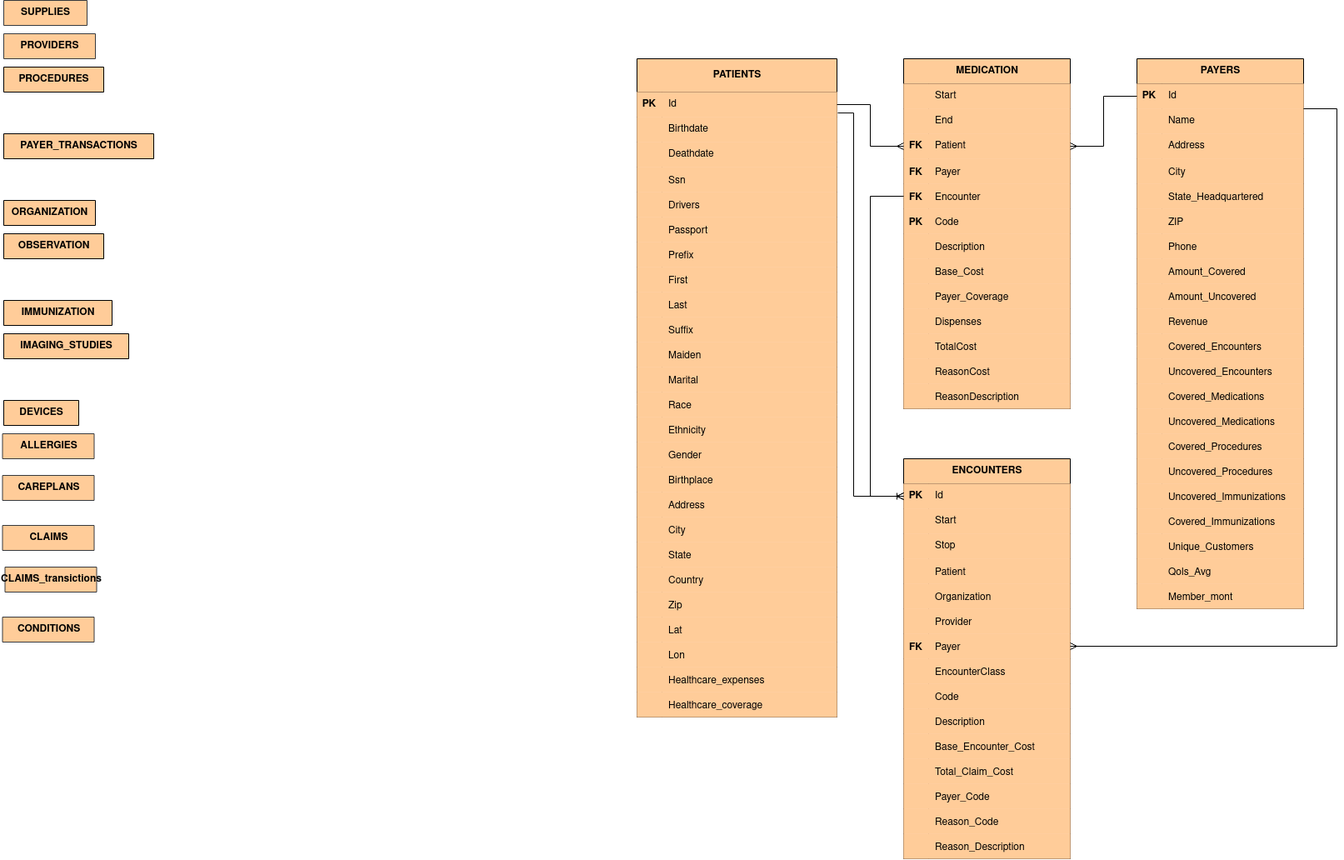
UtsuroNoArashi/BigDataProject keeps this draw.io diagram as BigDataProject.drawio.png. Above is the earlier version. Source tidied: cells renumbered, new cells last; positions are measured from the earlier drawing's top-left corner, leaving out a move shared by most shapes.
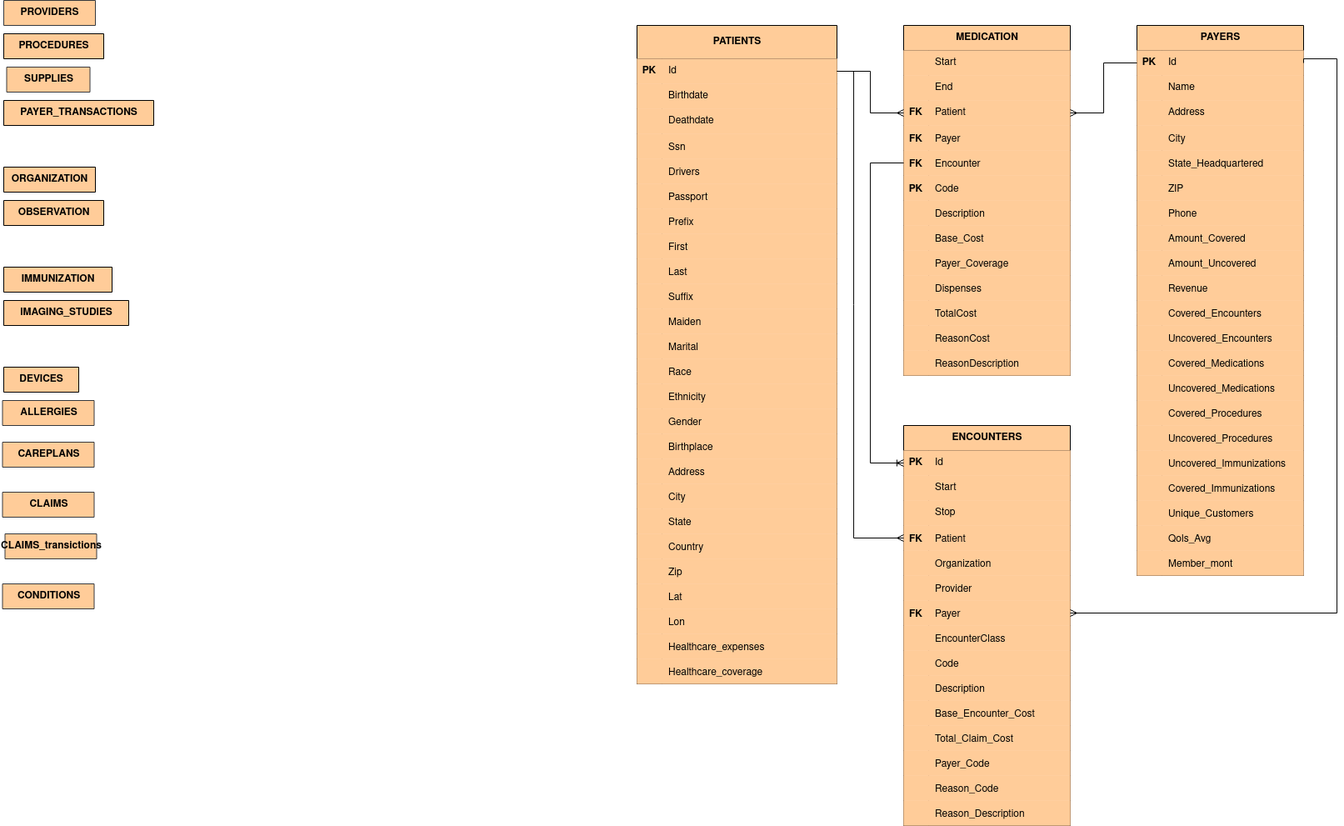
After the change.

Change to the diagram source:
```diff
@@ -3,7 +3,7 @@
     <mxCell id="0" />
     <mxCell id="1" parent="0" />
     <mxCell id="2" value="SUPPLIES" style="shape=table;startSize=30;rowLines=0;fontStyle=1;align=center;html=1;fillColor=light-dark(#FFCC99,#B98351);strokeColor=light-dark(#36393D,#DDE2E4);fontColor=light-dark(#000000,#000000);" parent="1" vertex="1" collapsed="1">
-      <mxGeometry x="2" width="100" height="30" as="geometry" />
+      <mxGeometry x="5.5" y="120" width="100" height="30" as="geometry" />
     </mxCell>
     <mxCell id="3" value="PROVIDERS" style="shape=table;startSize=30;rowLines=0;fontStyle=1;align=center;html=1;fillColor=light-dark(#FFCC99,#B98351);strokeColor=light-dark(#36393D,#DDE2E4);fontColor=light-dark(#000000,#000000);" parent="1" vertex="1" collapsed="1">
       <mxGeometry x="2" y="40" width="110" height="30" as="geometry" />
@@ -614,7 +614,7 @@
     <mxCell id="205" style="shape=tableRow;horizontal=0;startSize=0;swimlaneHead=0;swimlaneBody=0;fillColor=light-dark(#FFCC99,#B98351);points=[[0,0.5],[1,0.5]];portConstraint=eastwest;top=0;left=0;right=0;bottom=0;fontColor=light-dark(#000000,#000000);" parent="195" vertex="1">
       <mxGeometry y="120" width="200" height="30" as="geometry" />
     </mxCell>
-    <mxCell id="206" style="shape=partialRectangle;fillColor=light-dark(#FFCC99,#B98351);top=0;left=0;bottom=0;right=0;overflow=hidden;fontColor=light-dark(#000000,#000000);" parent="205" vertex="1">
+    <mxCell id="206" value="FK" style="shape=partialRectangle;fillColor=light-dark(#FFCC99,#B98351);top=0;left=0;bottom=0;right=0;overflow=hidden;fontColor=light-dark(#000000,#000000);fontStyle=1;" parent="205" vertex="1">
       <mxGeometry width="30" height="30" as="geometry" />
     </mxCell>
     <mxCell id="207" value="Patient" style="shape=partialRectangle;fillColor=light-dark(#FFCC99,#B98351);top=0;left=0;bottom=0;right=0;align=left;spacingLeft=6;overflow=hidden;fontColor=light-dark(#000000,#000000);" parent="205" vertex="1">
@@ -722,12 +722,12 @@
     <mxCell id="241" value="DEVICES" style="shape=table;startSize=30;rowLines=0;fontStyle=1;align=center;html=1;fillColor=light-dark(#FFCC99,#B98351);fontColor=light-dark(#000000,#000000);" parent="1" vertex="1" collapsed="1">
       <mxGeometry x="2" y="480" width="90" height="30" as="geometry" />
     </mxCell>
-    <mxCell id="242" style="edgeStyle=orthogonalEdgeStyle;rounded=0;jettySize=auto;html=1;exitX=1;exitY=0.5;exitDx=0;exitDy=0;endArrow=none;endFill=0;startFill=0;startArrow=ERmany;" parent="1" edge="1" source="214">
+    <mxCell id="242" style="edgeStyle=orthogonalEdgeStyle;rounded=0;jettySize=auto;html=1;exitX=1;exitY=0.5;exitDx=0;exitDy=0;endArrow=none;endFill=0;startFill=0;startArrow=ERmany;entryX=1;entryY=0.5;entryDx=0;entryDy=0;" parent="1" edge="1" source="214" target="9">
       <mxGeometry relative="1" as="geometry">
-        <mxPoint x="1562" y="130" as="targetPoint" />
         <Array as="points">
           <mxPoint x="1602" y="775" />
-          <mxPoint x="1602" y="130" />
+          <mxPoint x="1602" y="110" />
+          <mxPoint x="1562" y="110" />
         </Array>
       </mxGeometry>
     </mxCell>
@@ -739,11 +739,11 @@
         </Array>
       </mxGeometry>
     </mxCell>
-    <mxCell id="244" style="edgeStyle=orthogonalEdgeStyle;rounded=0;jettySize=auto;html=1;exitX=1.004;exitY=0.835;exitDx=0;exitDy=0;entryX=0;entryY=0.5;entryDx=0;entryDy=0;exitPerimeter=0;endArrow=ERmany;endFill=0;" parent="1" edge="1" source="74" target="196">
+    <mxCell id="244" style="edgeStyle=orthogonalEdgeStyle;rounded=0;jettySize=auto;html=1;entryX=0;entryY=0.5;entryDx=0;entryDy=0;endArrow=ERmany;endFill=0;exitX=1;exitY=0.5;exitDx=0;exitDy=0;" parent="1" edge="1" source="74" target="205">
       <mxGeometry relative="1" as="geometry">
         <Array as="points">
-          <mxPoint x="1022" y="135" />
-          <mxPoint x="1022" y="595" />
+          <mxPoint x="1022" y="125" />
+          <mxPoint x="1022" y="685" />
         </Array>
       </mxGeometry>
     </mxCell>
```
